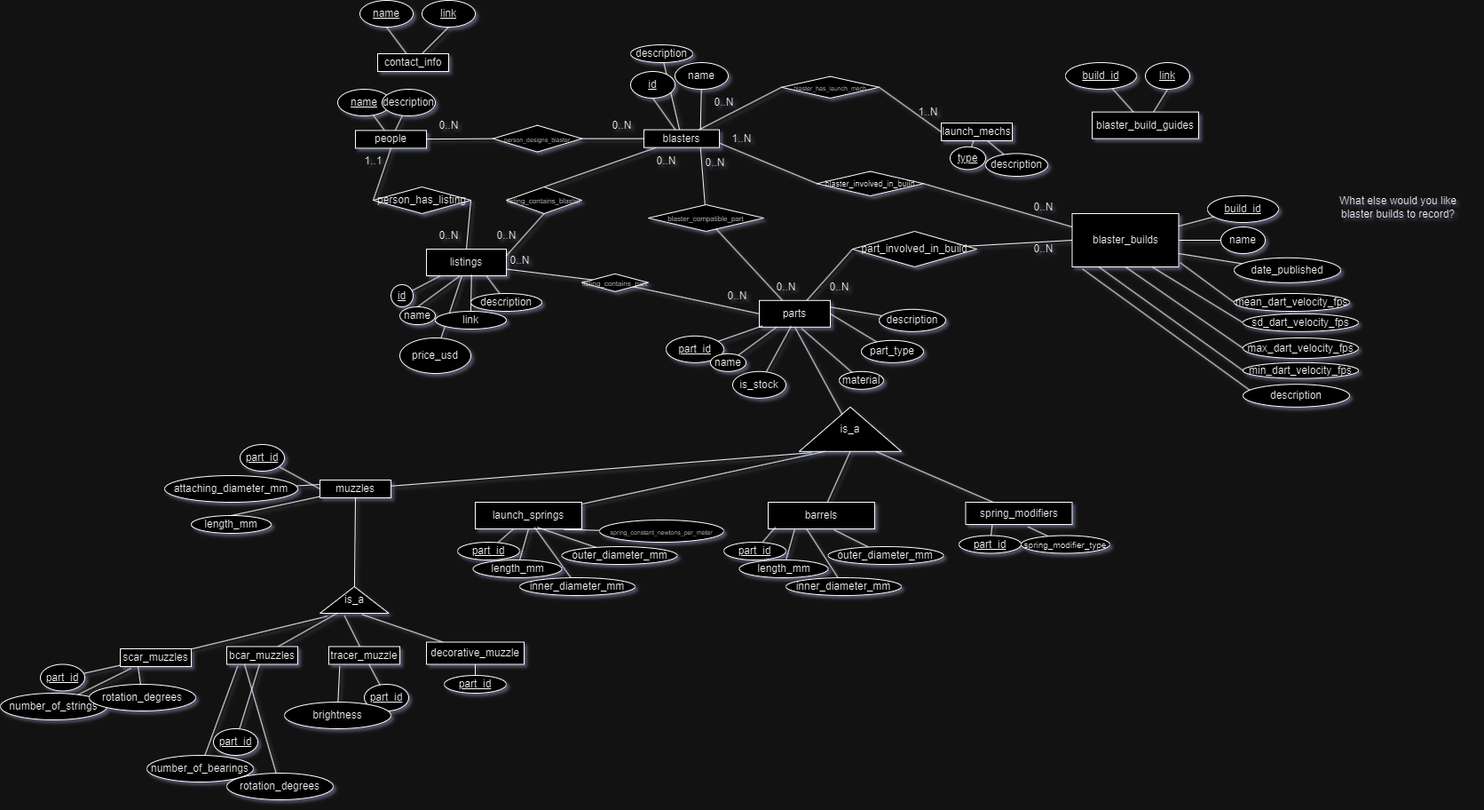
SabreBirdOne/BlasterBrowser keeps this draw.io diagram as docs/ERD.png. Above is the earlier version. Source tidied: cells renumbered, new cells last; positions are measured from the earlier drawing's top-left corner, leaving out a move shared by most shapes.
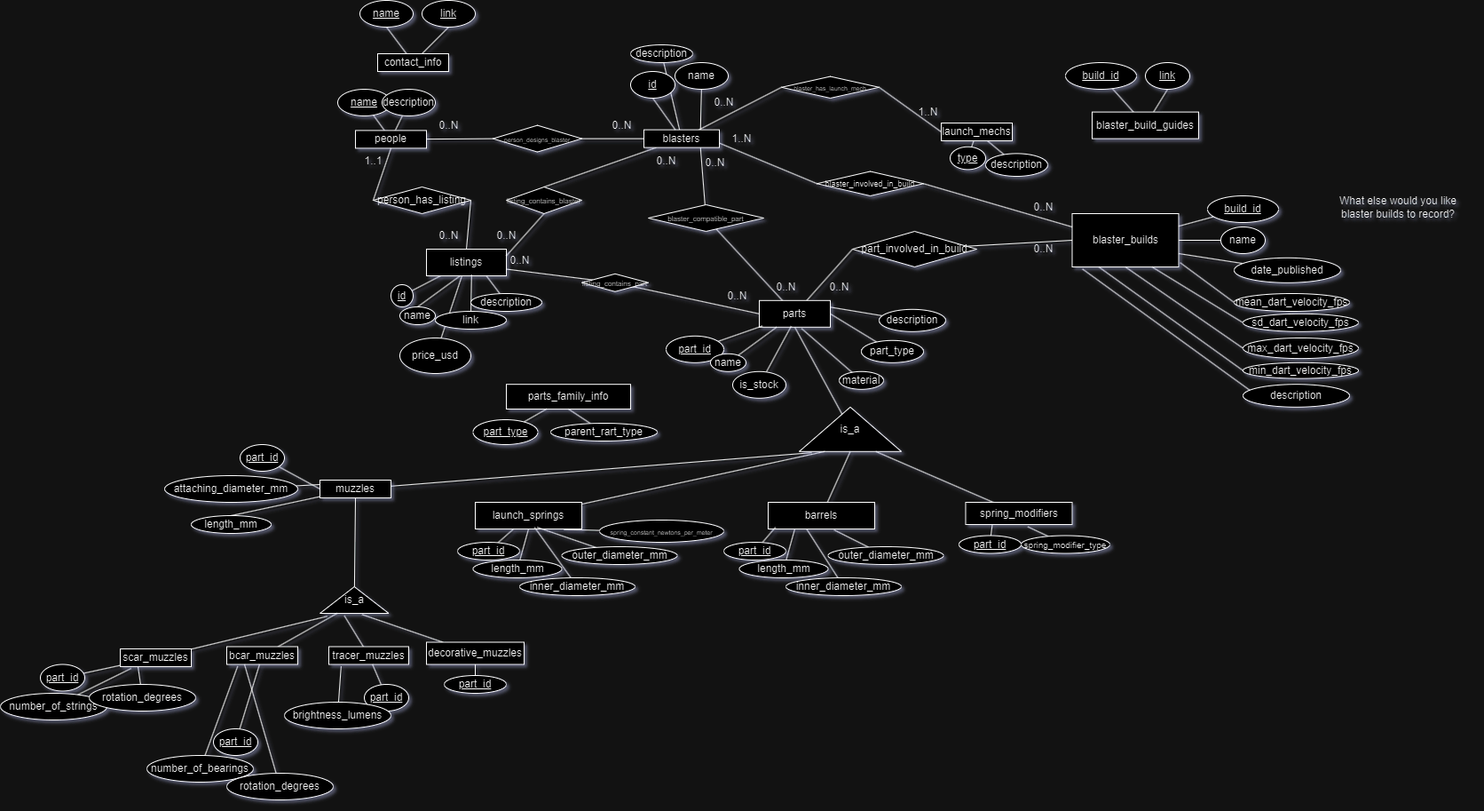
The same diagram one commit later.

Commit message:
Added part_family_info into schema

Diff of the diagram source:
```diff
@@ -326,8 +326,8 @@
     <mxCell id="108" style="rounded=0;jettySize=auto;html=1;entryX=-0.09;entryY=0.355;entryDx=0;entryDy=0;entryPerimeter=0;endArrow=none;endFill=0;" parent="1" edge="1" source="109" target="91">
       <mxGeometry relative="1" as="geometry" />
     </mxCell>
-    <mxCell id="109" value="tracer_muzzle" style="rounded=0;whiteSpace=wrap;html=1;" parent="1" vertex="1">
-      <mxGeometry x="370" y="727.5" width="80" height="20" as="geometry" />
+    <mxCell id="109" value="tracer_muzzles" style="rounded=0;whiteSpace=wrap;html=1;" parent="1" vertex="1">
+      <mxGeometry x="370" y="727.5" width="90" height="20" as="geometry" />
     </mxCell>
     <mxCell id="110" style="rounded=0;jettySize=auto;html=1;endArrow=none;endFill=0;" parent="1" edge="1" source="111" target="109">
       <mxGeometry relative="1" as="geometry" />
@@ -338,13 +338,13 @@
     <mxCell id="112" style="rounded=0;jettySize=auto;html=1;entryX=0.154;entryY=1.1;entryDx=0;entryDy=0;entryPerimeter=0;endArrow=none;endFill=0;" parent="1" edge="1" source="113" target="109">
       <mxGeometry relative="1" as="geometry" />
     </mxCell>
-    <mxCell id="113" value="brightness" style="ellipse;whiteSpace=wrap;html=1;" parent="1" vertex="1">
+    <mxCell id="113" value="brightness_lumens" style="ellipse;whiteSpace=wrap;html=1;" parent="1" vertex="1">
       <mxGeometry x="320" y="790" width="120" height="30" as="geometry" />
     </mxCell>
     <mxCell id="114" style="rounded=0;jettySize=auto;html=1;entryX=-0.044;entryY=0.612;entryDx=0;entryDy=0;entryPerimeter=0;endArrow=none;endFill=0;" parent="1" edge="1" source="115" target="91">
       <mxGeometry relative="1" as="geometry" />
     </mxCell>
-    <mxCell id="115" value="decorative_muzzle" style="rounded=0;whiteSpace=wrap;html=1;" parent="1" vertex="1">
+    <mxCell id="115" value="decorative_muzzles" style="rounded=0;whiteSpace=wrap;html=1;" parent="1" vertex="1">
       <mxGeometry x="480" y="722.5" width="110" height="25" as="geometry" />
     </mxCell>
     <mxCell id="116" style="rounded=0;jettySize=auto;html=1;endArrow=none;endFill=0;" parent="1" edge="1" source="117" target="115">
@@ -533,5 +533,20 @@
     <mxCell id="177" value="0..N" style="text;html=1;align=center;verticalAlign=middle;strokeColor=none;fillColor=none;" parent="1" vertex="1">
       <mxGeometry x="920" y="307.8" width="50" height="30" as="geometry" />
     </mxCell>
+    <mxCell id="178" value="parts_family_info" style="rounded=0;whiteSpace=wrap;html=1;" parent="1" vertex="1">
+      <mxGeometry x="570" y="432.2" width="140" height="27.8" as="geometry" />
+    </mxCell>
+    <mxCell id="179" style="rounded=0;jettySize=auto;html=1;endArrow=none;endFill=0;" parent="1" edge="1" source="180" target="178">
+      <mxGeometry relative="1" as="geometry" />
+    </mxCell>
+    <mxCell id="180" value="&lt;u&gt;part_type&lt;/u&gt;" style="ellipse;whiteSpace=wrap;html=1;" parent="1" vertex="1">
+      <mxGeometry x="532.5" y="472" width="73" height="28" as="geometry" />
+    </mxCell>
+    <mxCell id="181" style="rounded=0;jettySize=auto;html=1;entryX=0.5;entryY=1;entryDx=0;entryDy=0;endArrow=none;endFill=0;" parent="1" edge="1" source="182" target="178">
+      <mxGeometry relative="1" as="geometry" />
+    </mxCell>
+    <mxCell id="182" value="parent_rart_type" style="ellipse;whiteSpace=wrap;html=1;" parent="1" vertex="1">
+      <mxGeometry x="620" y="476" width="120" height="20" as="geometry" />
+    </mxCell>
   </root>
 </mxGraphModel>
```
